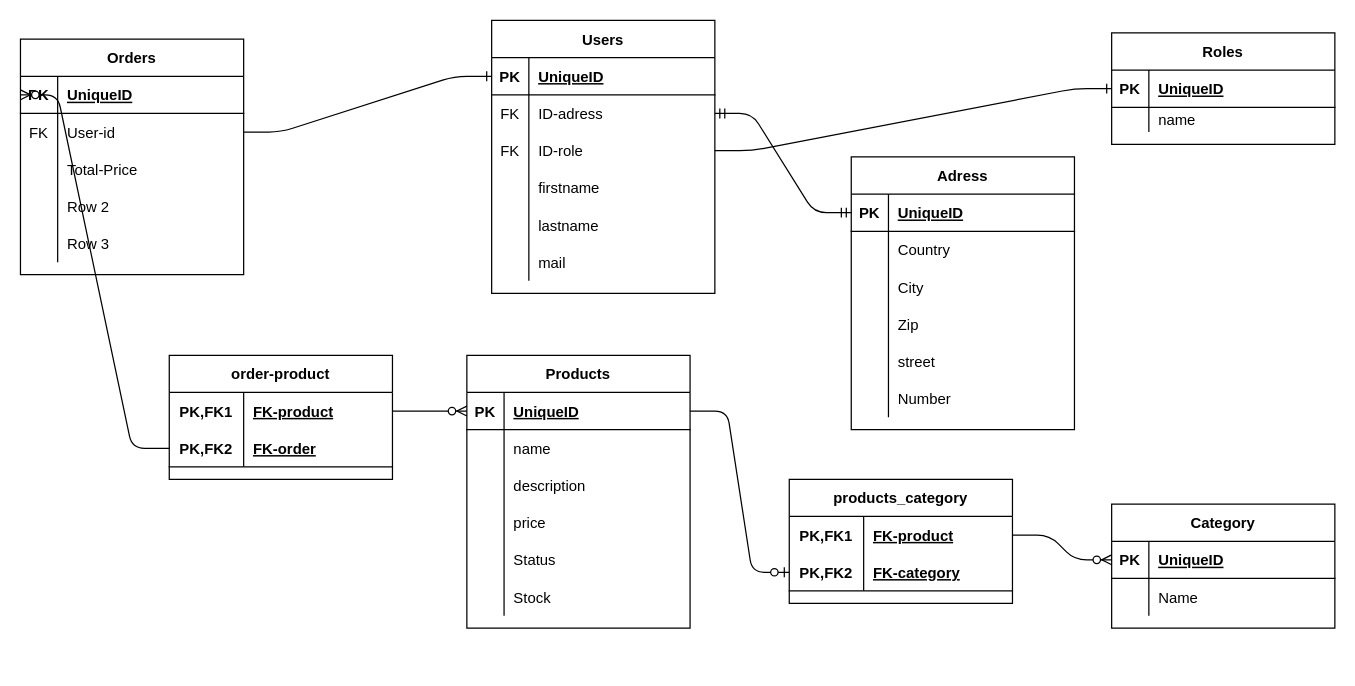
Before: schema.drawio in MCSKTLZ/Labo-web-shop, a draw.io diagram. Source tidied: cells renumbered, new cells numbered last; positions are measured from the earlier drawing's top-left corner, leaving out a move shared by most shapes. Both pictures are drawn from the tidied source at 124%, with x=0, y=0 at pixel (20, 20).
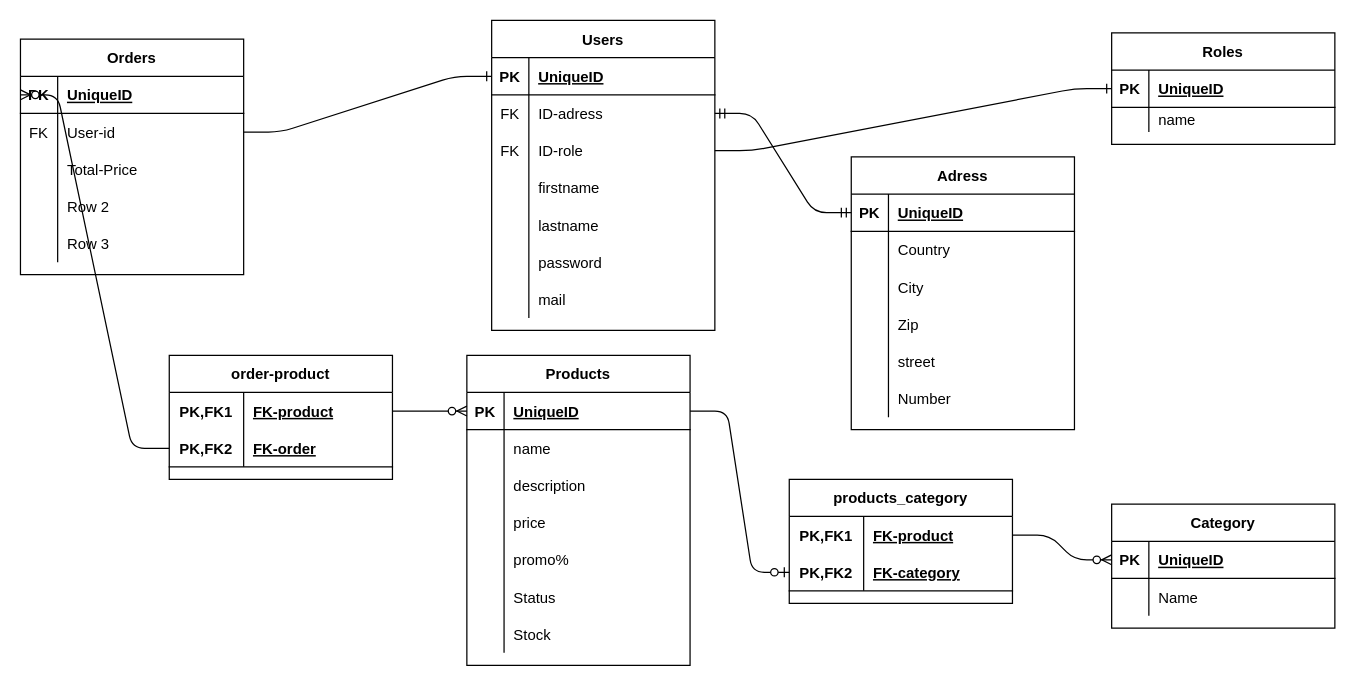
After the change.

The edit, as a diff of the source:
```diff
@@
     <mxCell id="2" value="Users" style="shape=table;startSize=30;childLayout=tableLayout;rowLines=0;fontStyle=1;align=center;" parent="1" vertex="1">
-      <mxGeometry x="380" width="180" height="220" as="geometry" />
+      <mxGeometry x="380" width="180" height="250" as="geometry" />
     </mxCell>
@@
+    <mxCell id="110" style="shape=partialRectangle;fillColor=none;top=0;left=0;bottom=0;right=0;" parent="2" vertex="1">
+      <mxGeometry y="180" width="180" height="30" as="geometry" />
+    </mxCell>
+    <mxCell id="111" style="shape=partialRectangle;fillColor=none;top=0;left=0;bottom=0;right=0;overflow=hidden;" parent="110" vertex="1">
+      <mxGeometry width="30" height="30" as="geometry" />
+    </mxCell>
+    <mxCell id="112" value="password" style="shape=partialRectangle;fillColor=none;top=0;left=0;bottom=0;right=0;align=left;spacingLeft=6;overflow=hidden;" parent="110" vertex="1">
+      <mxGeometry x="30" width="150" height="30" as="geometry" />
+    </mxCell>
     <mxCell id="18" style="shape=partialRectangle;fillColor=none;top=0;left=0;bottom=0;right=0;" parent="2" vertex="1">
-      <mxGeometry y="180" width="180" height="30" as="geometry" />
+      <mxGeometry y="210" width="180" height="30" as="geometry" />
     </mxCell>
@@
     <mxCell id="49" value="Products" style="shape=table;startSize=30;childLayout=tableLayout;rowLines=0;fontStyle=1;align=center;" parent="1" vertex="1">
-      <mxGeometry x="360" y="270" width="180" height="220" as="geometry" />
+      <mxGeometry x="360" y="270" width="180" height="250" as="geometry" />
     </mxCell>
@@
+    <mxCell id="113" style="shape=partialRectangle;fillColor=none;top=0;left=0;bottom=0;right=0;" parent="49" vertex="1">
+      <mxGeometry y="150" width="180" height="30" as="geometry" />
+    </mxCell>
+    <mxCell id="114" style="shape=partialRectangle;fillColor=none;top=0;left=0;bottom=0;right=0;overflow=hidden;" parent="113" vertex="1">
+      <mxGeometry width="30" height="30" as="geometry" />
+    </mxCell>
+    <mxCell id="115" value="promo%" style="shape=partialRectangle;fillColor=none;top=0;left=0;bottom=0;right=0;align=left;spacingLeft=6;overflow=hidden;" parent="113" vertex="1">
+      <mxGeometry x="30" width="150" height="30" as="geometry" />
+    </mxCell>
     <mxCell id="62" style="shape=partialRectangle;fillColor=none;top=0;left=0;bottom=0;right=0;" parent="49" vertex="1">
-      <mxGeometry y="150" width="180" height="30" as="geometry" />
+      <mxGeometry y="180" width="180" height="30" as="geometry" />
     </mxCell>
@@
     <mxCell id="65" style="shape=partialRectangle;fillColor=none;top=0;left=0;bottom=0;right=0;" parent="49" vertex="1">
-      <mxGeometry y="180" width="180" height="30" as="geometry" />
+      <mxGeometry y="210" width="180" height="30" as="geometry" />
     </mxCell>
```
